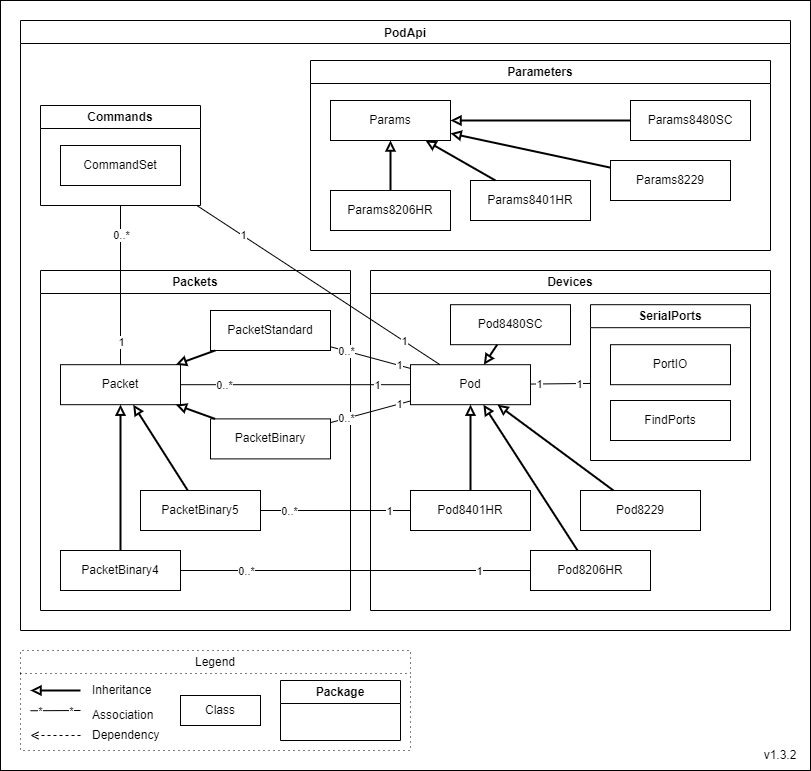
Before: Documents/Diagrams/class-diagrams-PodApi.png, a diagram exported from draw.io (Pinnacle-Technology-Inc/Morelia). Source tidied: cells renumbered, new cells last; positions are measured from the earlier drawing's top-left corner, leaving out a move shared by most shapes.
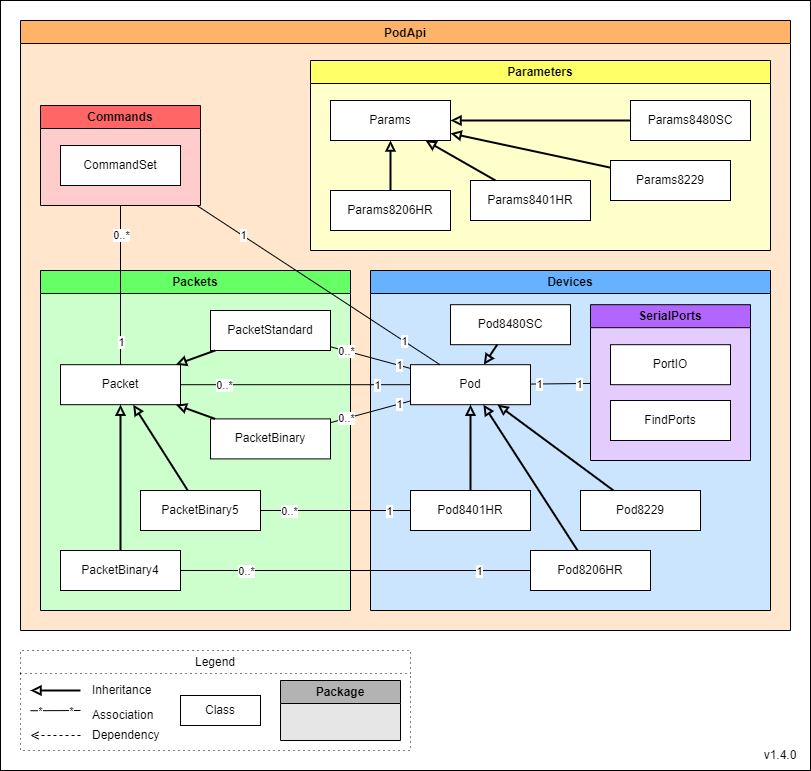
The same file after the commit.

Commit message:
[PA-47] add color to diagrams

The edit, as a diff of the source:
```diff
@@ -37,7 +37,7 @@
     <mxCell id="10" value="Class" style="rounded=0;whiteSpace=wrap;html=1;" parent="3" vertex="1">
       <mxGeometry x="160" y="45" width="80" height="30" as="geometry" />
     </mxCell>
-    <mxCell id="11" value="Package" style="swimlane;whiteSpace=wrap;html=1;" parent="3" vertex="1">
+    <mxCell id="11" value="Package" style="swimlane;whiteSpace=wrap;html=1;fillColor=#B3B3B3;swimlaneFillColor=#E6E6E6;" parent="3" vertex="1">
       <mxGeometry x="260" y="30" width="120" height="60" as="geometry" />
     </mxCell>
     <mxCell id="12" style="endArrow=open;html=1;endFill=0;dashed=1;fontStyle=0;" parent="3" edge="1">
@@ -49,13 +49,13 @@
     <mxCell id="13" value="Dependency" style="text;html=1;strokeColor=none;fillColor=none;align=left;verticalAlign=middle;whiteSpace=wrap;rounded=0;fontStyle=0;" parent="3" vertex="1">
       <mxGeometry x="70" y="75" width="80" height="20" as="geometry" />
     </mxCell>
-    <mxCell id="14" value="v1.3.2" style="text;html=1;strokeColor=none;fillColor=none;align=center;verticalAlign=middle;whiteSpace=wrap;rounded=0;fontStyle=0;" parent="1" vertex="1">
+    <mxCell id="14" value="v1.4.0" style="text;html=1;strokeColor=none;fillColor=none;align=center;verticalAlign=middle;whiteSpace=wrap;rounded=0;fontStyle=0;" parent="1" vertex="1">
       <mxGeometry x="750" y="740" width="60" height="30" as="geometry" />
     </mxCell>
-    <mxCell id="15" value="PodApi" style="swimlane;startSize=23;" parent="1" vertex="1">
+    <mxCell id="15" value="PodApi" style="swimlane;startSize=23;fillColor=#FFB366;gradientColor=none;swimlaneFillColor=#FFE6CC;" parent="1" vertex="1">
       <mxGeometry x="20" y="20" width="770" height="610" as="geometry" />
     </mxCell>
-    <mxCell id="16" value="Parameters" style="swimlane;whiteSpace=wrap;html=1;" parent="15" vertex="1">
+    <mxCell id="16" value="Parameters" style="swimlane;whiteSpace=wrap;html=1;fillColor=#FFFF66;gradientColor=none;swimlaneFillColor=#FFFFCC;" parent="15" vertex="1">
       <mxGeometry x="290" y="40" width="460" height="190" as="geometry" />
     </mxCell>
     <mxCell id="17" value="&lt;span&gt;Params8206HR&lt;/span&gt;" style="rounded=0;whiteSpace=wrap;html=1;fontStyle=0;" parent="16" vertex="1">
@@ -85,13 +85,13 @@
     <mxCell id="25" style="endArrow=block;html=1;endFill=0;strokeWidth=2;fontStyle=0;" parent="16" edge="1" source="19" target="21">
       <mxGeometry relative="1" as="geometry" />
     </mxCell>
-    <mxCell id="26" value="Commands" style="swimlane;whiteSpace=wrap;html=1;" parent="15" vertex="1">
+    <mxCell id="26" value="Commands" style="swimlane;whiteSpace=wrap;html=1;fillColor=#FF6666;swimlaneLine=1;swimlaneFillColor=#FFCCCC;" parent="15" vertex="1">
       <mxGeometry x="20" y="85" width="160" height="100" as="geometry" />
     </mxCell>
     <mxCell id="27" value="CommandSet" style="rounded=0;whiteSpace=wrap;html=1;fontStyle=0;" parent="26" vertex="1">
       <mxGeometry x="20" y="40" width="120" height="40" as="geometry" />
     </mxCell>
-    <mxCell id="28" value="Packets" style="swimlane;whiteSpace=wrap;html=1;" parent="15" vertex="1">
+    <mxCell id="28" value="Packets" style="swimlane;whiteSpace=wrap;html=1;fillColor=#66FF66;swimlaneFillColor=#CCFFCC;" parent="15" vertex="1">
       <mxGeometry x="20" y="250" width="310" height="340" as="geometry" />
     </mxCell>
     <mxCell id="29" value="Packet" style="rounded=0;whiteSpace=wrap;html=1;fontStyle=0;" parent="28" vertex="1">
@@ -121,7 +121,7 @@
     <mxCell id="37" style="endArrow=block;html=1;endFill=0;strokeWidth=2;fontStyle=0;" parent="28" edge="1" source="36" target="29">
       <mxGeometry relative="1" as="geometry" />
     </mxCell>
-    <mxCell id="38" value="Devices" style="swimlane;whiteSpace=wrap;html=1;" parent="15" vertex="1">
+    <mxCell id="38" value="Devices" style="swimlane;whiteSpace=wrap;html=1;fillColor=#66B2FF;swimlaneFillColor=#CCE5FF;" parent="15" vertex="1">
       <mxGeometry x="350" y="250" width="400" height="340" as="geometry" />
     </mxCell>
     <mxCell id="39" value="Pod" style="rounded=0;whiteSpace=wrap;html=1;fontStyle=0;" parent="38" vertex="1">
@@ -151,7 +151,7 @@
     <mxCell id="47" style="endArrow=block;html=1;endFill=0;strokeWidth=2;fontStyle=0;" parent="38" edge="1" source="46" target="39">
       <mxGeometry relative="1" as="geometry" />
     </mxCell>
-    <mxCell id="48" value="SerialPorts" style="swimlane;whiteSpace=wrap;html=1;" parent="38" vertex="1">
+    <mxCell id="48" value="SerialPorts" style="swimlane;whiteSpace=wrap;html=1;fillColor=#B266FF;swimlaneFillColor=#E5CCFF;" parent="38" vertex="1">
       <mxGeometry x="220" y="34.2" width="160" height="155.8" as="geometry" />
     </mxCell>
     <mxCell id="49" value="PortIO" style="rounded=0;whiteSpace=wrap;html=1;fontStyle=0;" parent="48" vertex="1">
```
